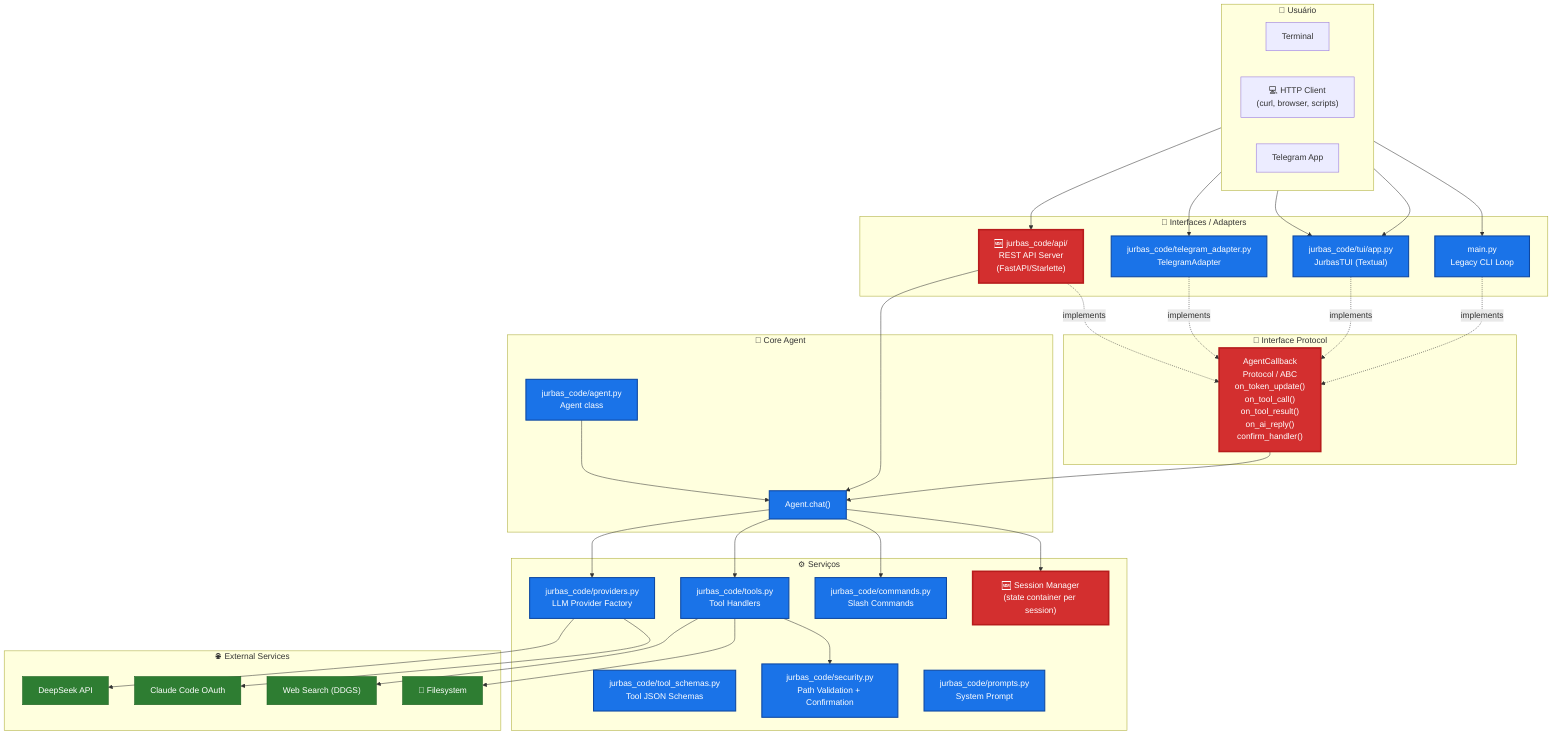
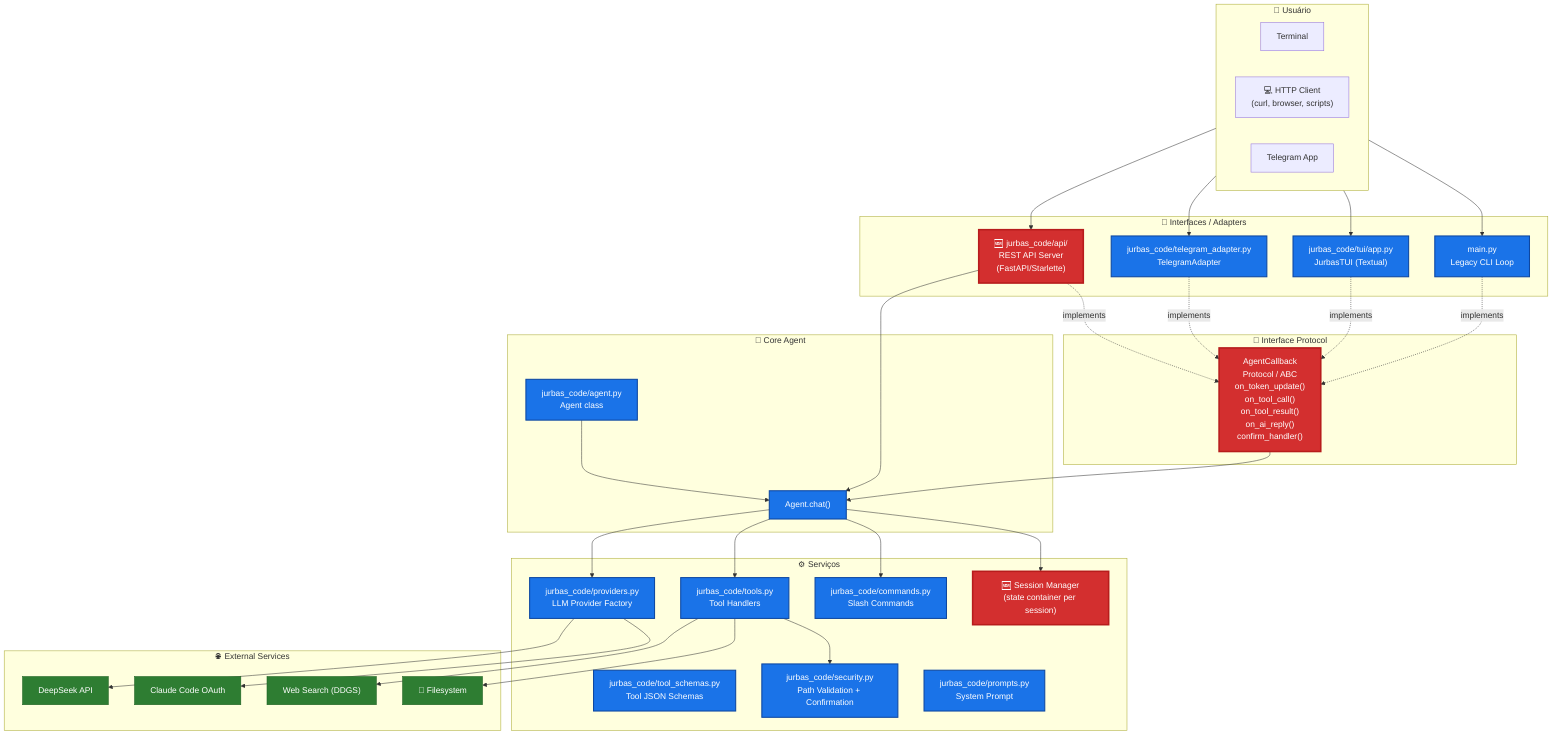
flowchart TB
    subgraph User["👤 Usuário"]
        direction LR
        U1[Terminal]
        U2["💻 HTTP Client<br/>(curl, browser, scripts)"]
        U3[Telegram App]
    end

    subgraph Interfaces["🎨 Interfaces / Adapters"]
        CLI["main.py<br/>Legacy CLI Loop"]
        TUI["jurbas_code/tui/app.py<br/>JurbasTUI (Textual)"]
        TG["jurbas_code/telegram_adapter.py<br/>TelegramAdapter"]
        API["🆕 jurbas_code/api/<br/>REST API Server<br/>(FastAPI/Starlette)"]
    end

    subgraph IFACE_PROTOCOL["🔌 Interface Protocol"]
        PROTO["AgentCallback<br/>Protocol / ABC<br/>on_token_update()<br/>on_tool_call()<br/>on_tool_result()<br/>on_ai_reply()<br/>confirm_handler()"]
    end

    subgraph Core["🧠 Core Agent"]
        AGENT["jurbas_code/agent.py<br/>Agent class"]
        AGENT_CHAT["Agent.chat()"]
    end

    subgraph Services["⚙️ Serviços"]
        PROV["jurbas_code/providers.py<br/>LLM Provider Factory"]
        TOOLS["jurbas_code/tools.py<br/>Tool Handlers"]
        SCHEMAS["jurbas_code/tool_schemas.py<br/>Tool JSON Schemas"]
        SEC["jurbas_code/security.py<br/>Path Validation + Confirmation"]
        PROMPTS["jurbas_code/prompts.py<br/>System Prompt"]
        CMDS["jurbas_code/commands.py<br/>Slash Commands"]
        SESSION_MGR["🆕 Session Manager<br/>(state container per session)"]
    end

    subgraph External["🌐 External Services"]
        LLM_DP["DeepSeek API"]
        LLM_CL["Claude Code OAuth"]
        WEB["Web Search (DDGS)"]
        FS["📁 Filesystem"]
    end

    U1 --> CLI
    U1 --> TUI
-     U2 --> TUI
    U2 --> API
    U3 --> TG

    CLI -.->|implements| PROTO
    TUI -.->|implements| PROTO
    TG -.->|implements| PROTO
    API -.->|implements| PROTO

    PROTO --> AGENT_CHAT
    API --> AGENT_CHAT

    AGENT --> AGENT_CHAT
    AGENT_CHAT --> PROV
    AGENT_CHAT --> TOOLS
    AGENT_CHAT --> CMDS
    AGENT_CHAT --> SESSION_MGR

    PROV --> LLM_DP
    PROV --> LLM_CL
    TOOLS --> WEB
    TOOLS --> FS
    TOOLS --> SEC

    classDef current fill:#1a73e8,color:#fff,stroke:#0d47a1,stroke-width:2px
    classDef external fill:#2e7d32,color:#fff,stroke:#1b5e20,stroke-width:1px
    classDef new fill:#d32f2f,color:#fff,stroke:#b71c1c,stroke-width:3px

    class CLI,TUI,TG,AGENT,AGENT_CHAT,PROV,TOOLS,SCHEMAS,SEC,PROMPTS,CMDS current
    class LLM_DP,LLM_CL,WEB,FS external
    class API,PROTO,SESSION_MGR new
